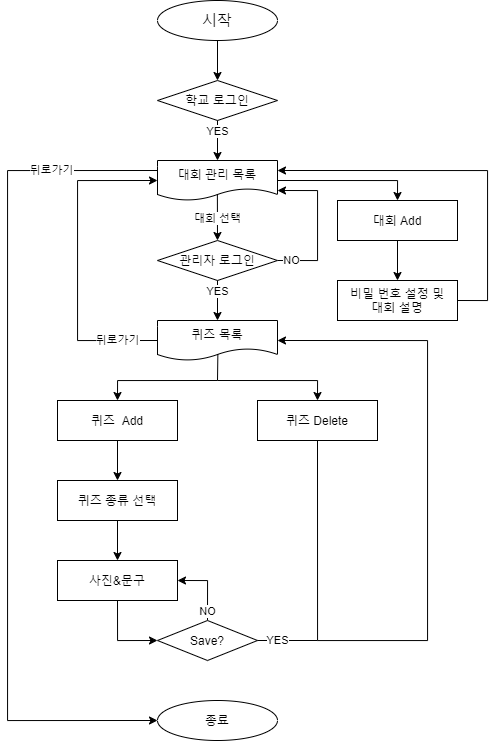
Before: report/JPG/보물찾기_Administer.png, a diagram exported from draw.io (teamskh/Project-Treasurehunt_skhu). Source tidied: cells renumbered, new cells last; positions are measured from the earlier drawing's top-left corner, leaving out a move shared by most shapes.
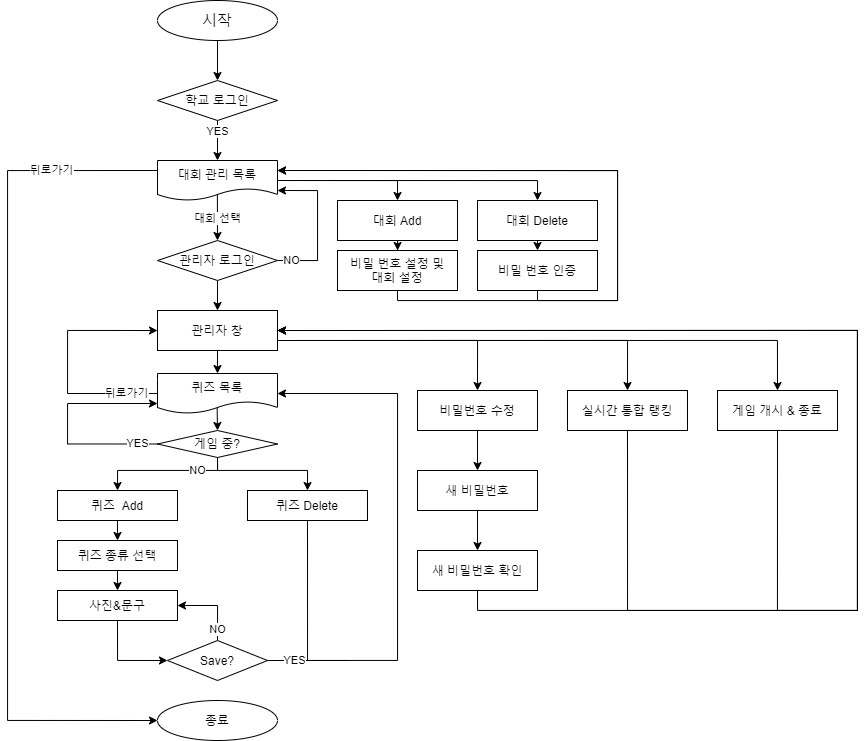
The same file after the commit.

Diff of the diagram source:
```diff
@@ -29,6 +29,9 @@
         </Array>
       </mxGeometry>
     </mxCell>
+    <mxCell id="34" style="edgeStyle=orthogonalEdgeStyle;rounded=0;jettySize=auto;html=1;exitX=1;exitY=0.5;exitDx=0;exitDy=0;entryX=0.5;entryY=0;entryDx=0;entryDy=0;" parent="1" edge="1" source="8" target="38">
+      <mxGeometry relative="1" as="geometry" />
+    </mxCell>
     <mxCell id="8" value="대회 관리 목록" style="shape=document;whiteSpace=wrap;html=1;boundedLbl=1;" parent="1" vertex="1">
       <mxGeometry x="150" y="160" width="120" height="40" as="geometry" />
     </mxCell>
@@ -43,64 +46,51 @@
         </Array>
       </mxGeometry>
     </mxCell>
+    <mxCell id="35" style="edgeStyle=orthogonalEdgeStyle;rounded=0;jettySize=auto;html=1;exitX=0.5;exitY=1;exitDx=0;exitDy=0;entryX=0.5;entryY=0;entryDx=0;entryDy=0;" parent="1" edge="1" source="11" target="53">
+      <mxGeometry relative="1" as="geometry" />
+    </mxCell>
     <mxCell id="11" value="관리자 로그인" style="rhombus;whiteSpace=wrap;html=1;" parent="1" vertex="1">
       <mxGeometry x="150" y="240" width="120" height="40" as="geometry" />
     </mxCell>
-    <mxCell id="12" value="YES" style="endArrow=classic;html=1;exitX=0.5;exitY=1;exitDx=0;exitDy=0;entryX=0.5;entryY=0;entryDx=0;entryDy=0;" parent="1" edge="1" source="11" target="14">
-      <mxGeometry x="-0.5" relative="1" as="geometry" />
-    </mxCell>
-    <mxCell id="13" value="뒤로가기" style="edgeStyle=orthogonalEdgeStyle;rounded=0;jettySize=auto;html=1;entryX=0;entryY=0.5;entryDx=0;entryDy=0;exitX=0;exitY=0.5;exitDx=0;exitDy=0;" parent="1" edge="1" source="14" target="8">
+    <mxCell id="13" value="뒤로가기" style="edgeStyle=orthogonalEdgeStyle;rounded=0;jettySize=auto;html=1;entryX=0;entryY=0.5;entryDx=0;entryDy=0;exitX=0;exitY=0.5;exitDx=0;exitDy=0;" parent="1" edge="1" source="14" target="53">
       <mxGeometry x="-0.75" relative="1" as="geometry">
         <Array as="points">
-          <mxPoint x="70" y="340" />
-          <mxPoint x="70" y="180" />
+          <mxPoint x="60" y="393" />
+          <mxPoint x="60" y="330" />
         </Array>
       </mxGeometry>
     </mxCell>
+    <mxCell id="36" style="edgeStyle=orthogonalEdgeStyle;rounded=0;jettySize=auto;html=1;exitX=0.497;exitY=0.854;exitDx=0;exitDy=0;exitPerimeter=0;" parent="1" edge="1" source="14">
+      <mxGeometry relative="1" as="geometry">
+        <mxPoint x="210" y="430" as="targetPoint" />
+      </mxGeometry>
+    </mxCell>
     <mxCell id="14" value="퀴즈 목록" style="shape=document;whiteSpace=wrap;html=1;boundedLbl=1;" parent="1" vertex="1">
-      <mxGeometry x="150" y="320" width="120" height="40" as="geometry" />
+      <mxGeometry x="150" y="373" width="120" height="40" as="geometry" />
     </mxCell>
-    <mxCell id="15" style="edgeStyle=orthogonalEdgeStyle;rounded=0;jettySize=auto;html=1;entryX=0.5;entryY=0;entryDx=0;entryDy=0;" parent="1" edge="1" target="16">
-      <mxGeometry relative="1" as="geometry">
-        <mxPoint x="210" y="380" as="sourcePoint" />
-        <Array as="points">
-          <mxPoint x="110" y="380" />
-        </Array>
-      </mxGeometry>
-    </mxCell>
     <mxCell id="16" value="퀴즈&amp;nbsp; Add" style="rounded=0;whiteSpace=wrap;html=1;" parent="1" vertex="1">
-      <mxGeometry x="50" y="400" width="120" height="40" as="geometry" />
+      <mxGeometry x="50" y="490" width="120" height="30" as="geometry" />
     </mxCell>
-    <mxCell id="17" style="endArrow=none;html=1;entryX=0.503;entryY=0.842;entryDx=0;entryDy=0;entryPerimeter=0;" parent="1" edge="1" target="14">
-      <mxGeometry relative="1" as="geometry">
-        <mxPoint x="210" y="380" as="sourcePoint" />
-      </mxGeometry>
-    </mxCell>
-    <mxCell id="18" style="edgeStyle=orthogonalEdgeStyle;rounded=0;jettySize=auto;html=1;entryX=0.5;entryY=0;entryDx=0;entryDy=0;" parent="1" edge="1" target="20">
-      <mxGeometry relative="1" as="geometry">
-        <mxPoint x="210" y="380" as="sourcePoint" />
-      </mxGeometry>
-    </mxCell>
     <mxCell id="19" style="edgeStyle=orthogonalEdgeStyle;rounded=0;jettySize=auto;html=1;exitX=0.5;exitY=1;exitDx=0;exitDy=0;entryX=1;entryY=0.5;entryDx=0;entryDy=0;" parent="1" edge="1" source="20" target="14">
       <mxGeometry relative="1" as="geometry">
         <Array as="points">
-          <mxPoint x="310" y="640" />
-          <mxPoint x="420" y="640" />
-          <mxPoint x="420" y="340" />
+          <mxPoint x="300" y="660" />
+          <mxPoint x="390" y="660" />
+          <mxPoint x="390" y="393" />
         </Array>
       </mxGeometry>
     </mxCell>
     <mxCell id="20" value="퀴즈 Delete" style="rounded=0;whiteSpace=wrap;html=1;" parent="1" vertex="1">
-      <mxGeometry x="250" y="400" width="120" height="40" as="geometry" />
+      <mxGeometry x="240" y="490" width="120" height="30" as="geometry" />
     </mxCell>
     <mxCell id="21" value="퀴즈 종류 선택" style="rounded=0;whiteSpace=wrap;html=1;" parent="1" vertex="1">
-      <mxGeometry x="50" y="480" width="120" height="40" as="geometry" />
+      <mxGeometry x="50" y="540" width="120" height="30" as="geometry" />
     </mxCell>
     <mxCell id="22" style="endArrow=classic;html=1;exitX=0.5;exitY=1;exitDx=0;exitDy=0;entryX=0.5;entryY=0;entryDx=0;entryDy=0;" parent="1" edge="1" source="16" target="21">
       <mxGeometry relative="1" as="geometry" />
     </mxCell>
     <mxCell id="23" value="사진&amp;amp;문구" style="rounded=0;whiteSpace=wrap;html=1;" parent="1" vertex="1">
-      <mxGeometry x="50" y="560" width="120" height="40" as="geometry" />
+      <mxGeometry x="50" y="590" width="120" height="30" as="geometry" />
     </mxCell>
     <mxCell id="24" style="endArrow=classic;html=1;exitX=0.5;exitY=1;exitDx=0;exitDy=0;entryX=0.5;entryY=0;entryDx=0;entryDy=0;" parent="1" edge="1" source="21" target="23">
       <mxGeometry relative="1" as="geometry" />
@@ -109,18 +99,18 @@
       <mxGeometry x="-0.71" relative="1" as="geometry" />
     </mxCell>
     <mxCell id="26" value="Save?" style="rhombus;whiteSpace=wrap;html=1;" parent="1" vertex="1">
-      <mxGeometry x="150" y="620" width="100" height="40" as="geometry" />
+      <mxGeometry x="160" y="640" width="100" height="40" as="geometry" />
     </mxCell>
     <mxCell id="27" style="edgeStyle=orthogonalEdgeStyle;rounded=0;jettySize=auto;html=1;entryX=0;entryY=0.5;entryDx=0;entryDy=0;exitX=0.5;exitY=1;exitDx=0;exitDy=0;" parent="1" edge="1" source="23" target="26">
       <mxGeometry relative="1" as="geometry">
         <Array as="points">
-          <mxPoint x="110" y="640" />
+          <mxPoint x="110" y="660" />
         </Array>
       </mxGeometry>
     </mxCell>
     <mxCell id="28" value="YES" style="endArrow=none;html=1;exitX=1;exitY=0.5;exitDx=0;exitDy=0;" parent="1" edge="1" source="26">
       <mxGeometry x="-0.33" relative="1" as="geometry">
-        <mxPoint x="310" y="640" as="targetPoint" />
+        <mxPoint x="340" y="660" as="targetPoint" />
       </mxGeometry>
     </mxCell>
     <mxCell id="29" value="종료" style="ellipse;whiteSpace=wrap;html=1;" parent="1" vertex="1">
@@ -132,16 +122,130 @@
     <mxCell id="31" value="대회 Add" style="rounded=0;whiteSpace=wrap;html=1;" parent="1" vertex="1">
       <mxGeometry x="330" y="200" width="120" height="40" as="geometry" />
     </mxCell>
+    <mxCell id="37" style="edgeStyle=orthogonalEdgeStyle;rounded=0;jettySize=auto;html=1;exitX=0.5;exitY=1;exitDx=0;exitDy=0;entryX=0.5;entryY=0;entryDx=0;entryDy=0;" parent="1" edge="1" source="38" target="40">
+      <mxGeometry relative="1" as="geometry" />
+    </mxCell>
+    <mxCell id="38" value="대회 Delete" style="rounded=0;whiteSpace=wrap;html=1;" parent="1" vertex="1">
+      <mxGeometry x="470" y="200" width="120" height="40" as="geometry" />
+    </mxCell>
+    <mxCell id="39" style="edgeStyle=orthogonalEdgeStyle;rounded=0;jettySize=auto;html=1;exitX=0.5;exitY=1;exitDx=0;exitDy=0;entryX=1;entryY=0.25;entryDx=0;entryDy=0;" parent="1" edge="1" source="40" target="8">
+      <mxGeometry relative="1" as="geometry">
+        <Array as="points">
+          <mxPoint x="530" y="300" />
+          <mxPoint x="610" y="300" />
+          <mxPoint x="610" y="170" />
+        </Array>
+      </mxGeometry>
+    </mxCell>
+    <mxCell id="40" value="비밀 번호 인증" style="rounded=0;whiteSpace=wrap;html=1;" parent="1" vertex="1">
+      <mxGeometry x="470" y="250" width="120" height="40" as="geometry" />
+    </mxCell>
-    <mxCell id="32" style="edgeStyle=orthogonalEdgeStyle;rounded=0;jettySize=auto;html=1;entryX=1;entryY=0.25;entryDx=0;entryDy=0;exitX=1;exitY=0.5;exitDx=0;exitDy=0;" parent="1" edge="1" source="33" target="8">
+    <mxCell id="32" style="edgeStyle=orthogonalEdgeStyle;rounded=0;jettySize=auto;html=1;entryX=1;entryY=0.25;entryDx=0;entryDy=0;exitX=0.5;exitY=1;exitDx=0;exitDy=0;" parent="1" edge="1" source="33" target="8">
       <mxGeometry relative="1" as="geometry">
         <Array as="points">
-          <mxPoint x="480" y="300" />
-          <mxPoint x="480" y="170" />
+          <mxPoint x="390" y="300" />
+          <mxPoint x="610" y="300" />
+          <mxPoint x="610" y="170" />
         </Array>
       </mxGeometry>
     </mxCell>
-    <mxCell id="33" value="비밀 번호 설정 및&lt;br&gt;대회 설명" style="rounded=0;whiteSpace=wrap;html=1;" parent="1" vertex="1">
-      <mxGeometry x="330" y="280" width="120" height="40" as="geometry" />
+    <mxCell id="33" value="비밀 번호 설정 및&lt;br&gt;대회 설정" style="rounded=0;whiteSpace=wrap;html=1;" parent="1" vertex="1">
+      <mxGeometry x="330" y="250" width="120" height="40" as="geometry" />
     </mxCell>
+    <mxCell id="41" style="edgeStyle=orthogonalEdgeStyle;rounded=0;jettySize=auto;html=1;exitX=0.5;exitY=1;exitDx=0;exitDy=0;entryX=1;entryY=0.5;entryDx=0;entryDy=0;" parent="1" edge="1" source="42" target="53">
+      <mxGeometry relative="1" as="geometry">
+        <Array as="points">
+          <mxPoint x="620" y="610" />
+          <mxPoint x="850" y="610" />
+          <mxPoint x="850" y="330" />
+        </Array>
+      </mxGeometry>
+    </mxCell>
+    <mxCell id="42" value="실시간 통합 랭킹" style="rounded=0;whiteSpace=wrap;html=1;" parent="1" vertex="1">
+      <mxGeometry x="560" y="390" width="120" height="40" as="geometry" />
+    </mxCell>
+    <mxCell id="43" style="group;" parent="1" vertex="1">
+      <mxGeometry x="410" y="390" width="120" height="200" as="geometry" />
+    </mxCell>
+    <mxCell id="44" value="비밀번호 수정" style="rounded=0;whiteSpace=wrap;html=1;" parent="43" vertex="1">
+      <mxGeometry width="120" height="40" as="geometry" />
+    </mxCell>
+    <mxCell id="45" value="새 비밀번호" style="rounded=0;whiteSpace=wrap;html=1;" parent="43" vertex="1">
+      <mxGeometry y="80" width="120" height="40" as="geometry" />
+    </mxCell>
+    <mxCell id="46" style="edgeStyle=orthogonalEdgeStyle;rounded=0;jettySize=auto;html=1;exitX=0.5;exitY=1;exitDx=0;exitDy=0;entryX=0.5;entryY=0;entryDx=0;entryDy=0;" parent="43" edge="1" source="44" target="45">
+      <mxGeometry relative="1" as="geometry" />
+    </mxCell>
+    <mxCell id="47" value="새 비밀번호 확인" style="rounded=0;whiteSpace=wrap;html=1;" parent="43" vertex="1">
+      <mxGeometry y="160" width="120" height="40" as="geometry" />
+    </mxCell>
+    <mxCell id="48" style="edgeStyle=orthogonalEdgeStyle;rounded=0;jettySize=auto;html=1;exitX=0.5;exitY=1;exitDx=0;exitDy=0;entryX=0.5;entryY=0;entryDx=0;entryDy=0;" parent="43" edge="1" source="45" target="47">
+      <mxGeometry relative="1" as="geometry" />
+    </mxCell>
+    <mxCell id="49" style="edgeStyle=orthogonalEdgeStyle;rounded=0;jettySize=auto;html=1;exitX=0.5;exitY=1;exitDx=0;exitDy=0;entryX=0.5;entryY=0;entryDx=0;entryDy=0;" parent="1" edge="1" source="53" target="14">
+      <mxGeometry relative="1" as="geometry" />
+    </mxCell>
+    <mxCell id="50" style="edgeStyle=orthogonalEdgeStyle;rounded=0;jettySize=auto;html=1;entryX=0.5;entryY=0;entryDx=0;entryDy=0;" parent="1" edge="1" target="44">
+      <mxGeometry relative="1" as="geometry">
+        <mxPoint x="270" y="340" as="sourcePoint" />
+      </mxGeometry>
+    </mxCell>
+    <mxCell id="51" style="edgeStyle=orthogonalEdgeStyle;rounded=0;jettySize=auto;html=1;exitX=1;exitY=0.75;exitDx=0;exitDy=0;entryX=0.5;entryY=0;entryDx=0;entryDy=0;" parent="1" edge="1" source="53" target="42">
+      <mxGeometry relative="1" as="geometry" />
+    </mxCell>
+    <mxCell id="52" style="edgeStyle=orthogonalEdgeStyle;rounded=0;jettySize=auto;html=1;exitX=1;exitY=0.75;exitDx=0;exitDy=0;entryX=0.5;entryY=0;entryDx=0;entryDy=0;" parent="1" edge="1" source="53" target="55">
+      <mxGeometry relative="1" as="geometry" />
+    </mxCell>
+    <mxCell id="53" value="관리자 창" style="rounded=0;whiteSpace=wrap;html=1;" parent="1" vertex="1">
+      <mxGeometry x="150" y="310" width="120" height="40" as="geometry" />
+    </mxCell>
+    <mxCell id="54" style="edgeStyle=orthogonalEdgeStyle;rounded=0;jettySize=auto;html=1;exitX=0.5;exitY=1;exitDx=0;exitDy=0;entryX=1;entryY=0.5;entryDx=0;entryDy=0;" parent="1" edge="1" source="55" target="53">
+      <mxGeometry relative="1" as="geometry">
+        <Array as="points">
+          <mxPoint x="770" y="610" />
+          <mxPoint x="850" y="610" />
+          <mxPoint x="850" y="330" />
+        </Array>
+      </mxGeometry>
+    </mxCell>
+    <mxCell id="55" value="게임 개시 &amp;amp; 종료" style="rounded=0;whiteSpace=wrap;html=1;" parent="1" vertex="1">
+      <mxGeometry x="710" y="390" width="120" height="40" as="geometry" />
+    </mxCell>
+    <mxCell id="56" value="NO" style="edgeStyle=orthogonalEdgeStyle;rounded=0;jettySize=auto;html=1;exitX=0.5;exitY=1;exitDx=0;exitDy=0;entryX=0.5;entryY=0;entryDx=0;entryDy=0;" parent="1" edge="1" source="58" target="16">
+      <mxGeometry x="-0.5" relative="1" as="geometry">
+        <Array as="points">
+          <mxPoint x="210" y="470" />
+          <mxPoint x="110" y="470" />
+        </Array>
+      </mxGeometry>
+    </mxCell>
+    <mxCell id="57" style="edgeStyle=orthogonalEdgeStyle;rounded=0;jettySize=auto;html=1;exitX=0.5;exitY=1;exitDx=0;exitDy=0;entryX=0.5;entryY=0;entryDx=0;entryDy=0;" parent="1" edge="1" source="58" target="20">
+      <mxGeometry relative="1" as="geometry">
+        <Array as="points">
+          <mxPoint x="210" y="470" />
+          <mxPoint x="300" y="470" />
+        </Array>
+      </mxGeometry>
+    </mxCell>
+    <mxCell id="12" value="YES" style="edgeStyle=orthogonalEdgeStyle;rounded=0;jettySize=auto;html=1;exitX=0;exitY=0.5;exitDx=0;exitDy=0;entryX=0;entryY=0.75;entryDx=0;entryDy=0;" parent="1" edge="1" source="58" target="14">
+      <mxGeometry x="-0.82" relative="1" as="geometry">
+        <Array as="points">
+          <mxPoint x="60" y="444" />
+          <mxPoint x="60" y="403" />
+        </Array>
+      </mxGeometry>
+    </mxCell>
+    <mxCell id="58" value="게임 중?" style="rhombus;whiteSpace=wrap;html=1;" parent="1" vertex="1">
+      <mxGeometry x="150" y="430" width="120" height="27" as="geometry" />
+    </mxCell>
+    <mxCell id="59" style="edgeStyle=orthogonalEdgeStyle;rounded=0;jettySize=auto;html=1;exitX=0.5;exitY=1;exitDx=0;exitDy=0;entryX=1;entryY=0.5;entryDx=0;entryDy=0;" parent="1" edge="1" source="47" target="53">
+      <mxGeometry relative="1" as="geometry">
+        <Array as="points">
+          <mxPoint x="470" y="610" />
+          <mxPoint x="850" y="610" />
+          <mxPoint x="850" y="330" />
+        </Array>
+      </mxGeometry>
+    </mxCell>
   </root>
 </mxGraphModel>
```
